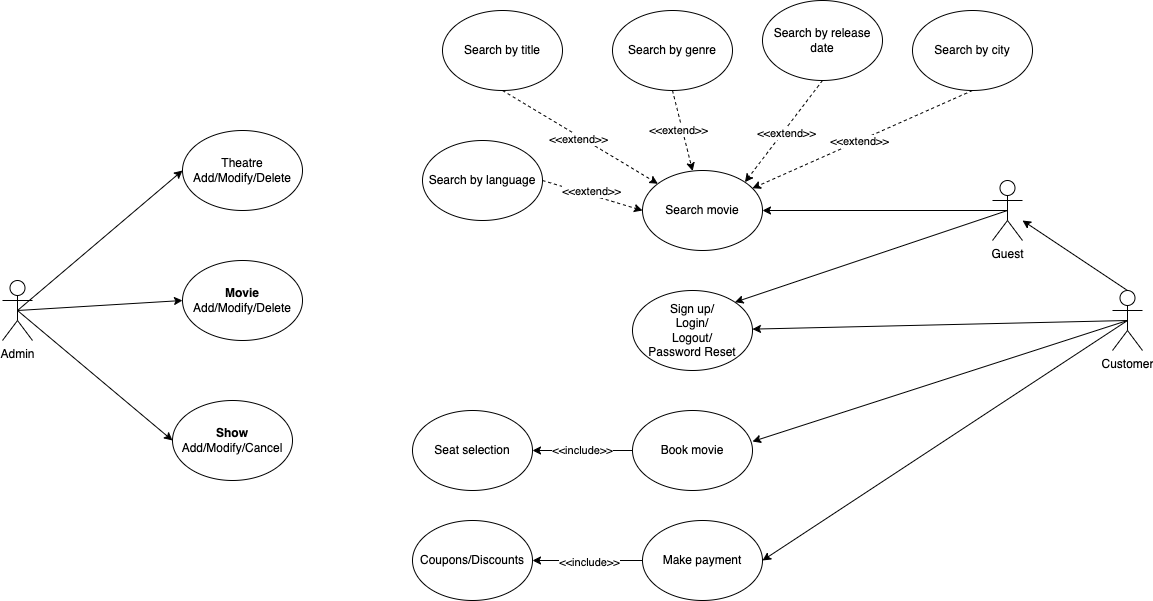
The draw.io diagram movie-ticket-booking-use-case-diag.drawio.png in vaibhavsonar/use-case-studies, before a commit. Source tidied: cells renumbered, new cells last; positions are measured from the earlier drawing's top-left corner, leaving out a move shared by most shapes.
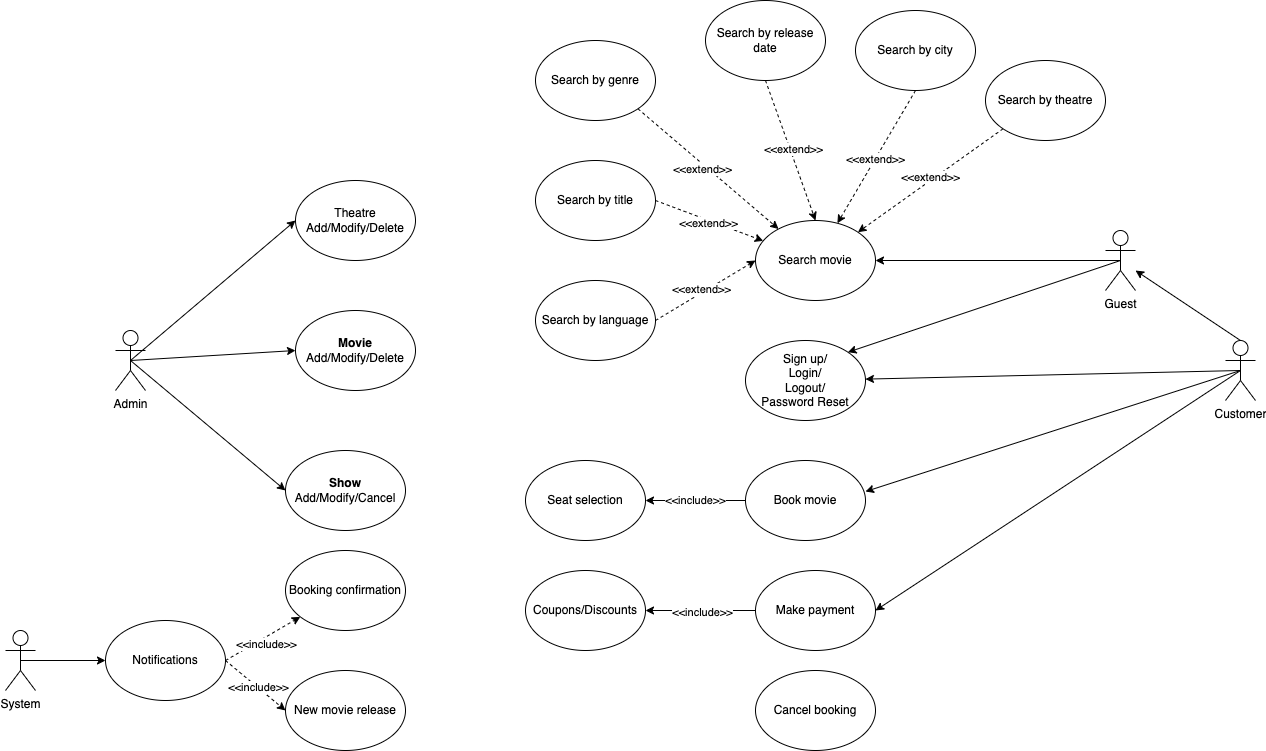
After the commit.

The edit, as a diff of the source:
```diff
@@ -35,32 +35,32 @@
     <mxCell id="12" value="Theatre&lt;div&gt;Add/Modify/Delete&lt;/div&gt;" style="ellipse;whiteSpace=wrap;html=1;" parent="1" vertex="1">
       <mxGeometry x="180" y="130" width="120" height="80" as="geometry" />
     </mxCell>
-    <mxCell id="13" style="rounded=0;jettySize=auto;html=1;exitX=0.5;exitY=1;exitDx=0;exitDy=0;dashed=1;" parent="1" edge="1" source="15" target="11">
+    <mxCell id="13" style="rounded=0;jettySize=auto;html=1;exitX=1;exitY=0.5;exitDx=0;exitDy=0;dashed=1;" parent="1" edge="1" source="15" target="11">
       <mxGeometry relative="1" as="geometry" />
     </mxCell>
     <mxCell id="14" value="&amp;lt;&amp;lt;extend&amp;gt;&amp;gt;" style="edgeLabel;html=1;align=center;verticalAlign=middle;" parent="13" vertex="1">
       <mxGeometry y="-3" relative="1" as="geometry" />
     </mxCell>
     <mxCell id="15" value="Search by title" style="ellipse;whiteSpace=wrap;html=1;" parent="1" vertex="1">
-      <mxGeometry x="440" y="10" width="120" height="80" as="geometry" />
+      <mxGeometry x="420" y="110" width="120" height="80" as="geometry" />
     </mxCell>
-    <mxCell id="16" style="rounded=0;jettySize=auto;html=1;exitX=0.5;exitY=1;exitDx=0;exitDy=0;dashed=1;" parent="1" edge="1" source="18" target="11">
+    <mxCell id="16" style="rounded=0;jettySize=auto;html=1;exitX=1;exitY=1;exitDx=0;exitDy=0;dashed=1;" parent="1" edge="1" source="18" target="11">
       <mxGeometry relative="1" as="geometry" />
     </mxCell>
     <mxCell id="17" value="&amp;lt;&amp;lt;extend&amp;gt;&amp;gt;" style="edgeLabel;html=1;align=center;verticalAlign=middle;" parent="16" vertex="1">
       <mxGeometry x="-0.05" y="-4" relative="1" as="geometry" />
     </mxCell>
     <mxCell id="18" value="Search by genre" style="ellipse;whiteSpace=wrap;html=1;" parent="1" vertex="1">
-      <mxGeometry x="610" y="10" width="120" height="80" as="geometry" />
+      <mxGeometry x="420" y="-10" width="120" height="80" as="geometry" />
     </mxCell>
-    <mxCell id="19" style="rounded=0;jettySize=auto;html=1;exitX=0.5;exitY=1;exitDx=0;exitDy=0;entryX=1;entryY=0;entryDx=0;entryDy=0;dashed=1;" parent="1" edge="1" source="21" target="11">
+    <mxCell id="19" style="rounded=0;jettySize=auto;html=1;exitX=0.5;exitY=1;exitDx=0;exitDy=0;entryX=0.5;entryY=0;entryDx=0;entryDy=0;dashed=1;" parent="1" edge="1" source="21" target="11">
       <mxGeometry relative="1" as="geometry" />
     </mxCell>
     <mxCell id="20" value="&amp;lt;&amp;lt;extend&amp;gt;&amp;gt;" style="edgeLabel;html=1;align=center;verticalAlign=middle;" parent="19" vertex="1">
       <mxGeometry y="3" relative="1" as="geometry" />
     </mxCell>
     <mxCell id="21" value="Search by release date" style="ellipse;whiteSpace=wrap;html=1;" parent="1" vertex="1">
-      <mxGeometry x="760" width="120" height="80" as="geometry" />
+      <mxGeometry x="590" y="-50" width="120" height="80" as="geometry" />
     </mxCell>
     <mxCell id="22" style="rounded=0;jettySize=auto;html=1;exitX=1;exitY=0.5;exitDx=0;exitDy=0;entryX=0;entryY=0.5;entryDx=0;entryDy=0;dashed=1;" parent="1" edge="1" source="24" target="11">
       <mxGeometry relative="1" as="geometry" />
@@ -69,7 +69,7 @@
       <mxGeometry x="-0.06" y="4" relative="1" as="geometry" />
     </mxCell>
     <mxCell id="24" value="Search by language" style="ellipse;whiteSpace=wrap;html=1;" parent="1" vertex="1">
-      <mxGeometry x="420" y="140" width="120" height="80" as="geometry" />
+      <mxGeometry x="420" y="230" width="120" height="80" as="geometry" />
     </mxCell>
     <mxCell id="25" value="Sign up/&lt;div&gt;Login/&lt;/div&gt;&lt;div&gt;Logout/&lt;/div&gt;&lt;div&gt;Password Reset&lt;/div&gt;" style="ellipse;whiteSpace=wrap;html=1;" parent="1" vertex="1">
       <mxGeometry x="630" y="290" width="120" height="80" as="geometry" />
@@ -81,7 +81,7 @@
       <mxGeometry x="0.03" relative="1" as="geometry" />
     </mxCell>
     <mxCell id="28" value="Search by city" style="ellipse;whiteSpace=wrap;html=1;" parent="1" vertex="1">
-      <mxGeometry x="910" y="10" width="120" height="80" as="geometry" />
+      <mxGeometry x="740" y="-40" width="120" height="80" as="geometry" />
     </mxCell>
     <mxCell id="29" value="Seat selection" style="ellipse;whiteSpace=wrap;html=1;" parent="1" vertex="1">
       <mxGeometry x="410" y="410" width="120" height="80" as="geometry" />
@@ -122,5 +122,44 @@
     <mxCell id="41" style="rounded=0;jettySize=auto;html=1;exitX=0.5;exitY=0.5;exitDx=0;exitDy=0;exitPerimeter=0;entryX=1;entryY=0.388;entryDx=0;entryDy=0;entryPerimeter=0;" parent="1" edge="1" source="40" target="32">
       <mxGeometry relative="1" as="geometry" />
     </mxCell>
+    <mxCell id="42" style="rounded=0;jettySize=auto;html=1;exitX=0.5;exitY=0.5;exitDx=0;exitDy=0;exitPerimeter=0;entryX=0;entryY=0.5;entryDx=0;entryDy=0;" parent="1" edge="1" source="43" target="48">
+      <mxGeometry relative="1" as="geometry" />
+    </mxCell>
+    <mxCell id="43" value="System" style="shape=umlActor;verticalLabelPosition=bottom;verticalAlign=top;html=1;outlineConnect=0;" parent="1" vertex="1">
+      <mxGeometry x="-110" y="580" width="30" height="60" as="geometry" />
+    </mxCell>
+    <mxCell id="44" style="rounded=0;jettySize=auto;html=1;exitX=1;exitY=0.5;exitDx=0;exitDy=0;dashed=1;" parent="1" edge="1" source="48" target="49">
+      <mxGeometry relative="1" as="geometry" />
+    </mxCell>
+    <mxCell id="45" value="&amp;lt;&amp;lt;include&amp;gt;&amp;gt;" style="edgeLabel;html=1;align=center;verticalAlign=middle;" parent="44" vertex="1">
+      <mxGeometry x="-0.02" y="-6" relative="1" as="geometry" />
+    </mxCell>
+    <mxCell id="46" style="rounded=0;jettySize=auto;html=1;exitX=1;exitY=0.5;exitDx=0;exitDy=0;entryX=0;entryY=0.5;entryDx=0;entryDy=0;dashed=1;" parent="1" edge="1" source="48" target="50">
+      <mxGeometry relative="1" as="geometry" />
+    </mxCell>
+    <mxCell id="47" value="&amp;lt;&amp;lt;include&amp;gt;&amp;gt;" style="edgeLabel;html=1;align=center;verticalAlign=middle;" parent="46" vertex="1">
+      <mxGeometry x="0.08" y="1" relative="1" as="geometry" />
+    </mxCell>
+    <mxCell id="48" value="Notifications" style="ellipse;whiteSpace=wrap;html=1;" parent="1" vertex="1">
+      <mxGeometry x="-10" y="570" width="120" height="80" as="geometry" />
+    </mxCell>
+    <mxCell id="49" value="Booking confirmation" style="ellipse;whiteSpace=wrap;html=1;" parent="1" vertex="1">
+      <mxGeometry x="170" y="500" width="120" height="80" as="geometry" />
+    </mxCell>
+    <mxCell id="50" value="New movie release" style="ellipse;whiteSpace=wrap;html=1;" parent="1" vertex="1">
+      <mxGeometry x="170" y="620" width="120" height="80" as="geometry" />
+    </mxCell>
+    <mxCell id="51" value="Cancel booking" style="ellipse;whiteSpace=wrap;html=1;" parent="1" vertex="1">
+      <mxGeometry x="640" y="620" width="120" height="80" as="geometry" />
+    </mxCell>
+    <mxCell id="52" style="rounded=0;jettySize=auto;html=1;exitX=0;exitY=1;exitDx=0;exitDy=0;entryX=1;entryY=0;entryDx=0;entryDy=0;dashed=1;" parent="1" edge="1" source="54" target="11">
+      <mxGeometry relative="1" as="geometry" />
+    </mxCell>
+    <mxCell id="53" value="&amp;lt;&amp;lt;extend&amp;gt;&amp;gt;" style="edgeLabel;html=1;align=center;verticalAlign=middle;" parent="52" vertex="1">
+      <mxGeometry x="-0.03" y="-3" relative="1" as="geometry" />
+    </mxCell>
+    <mxCell id="54" value="Search by theatre" style="ellipse;whiteSpace=wrap;html=1;" parent="1" vertex="1">
+      <mxGeometry x="870" y="10" width="120" height="80" as="geometry" />
+    </mxCell>
   </root>
 </mxGraphModel>
```
